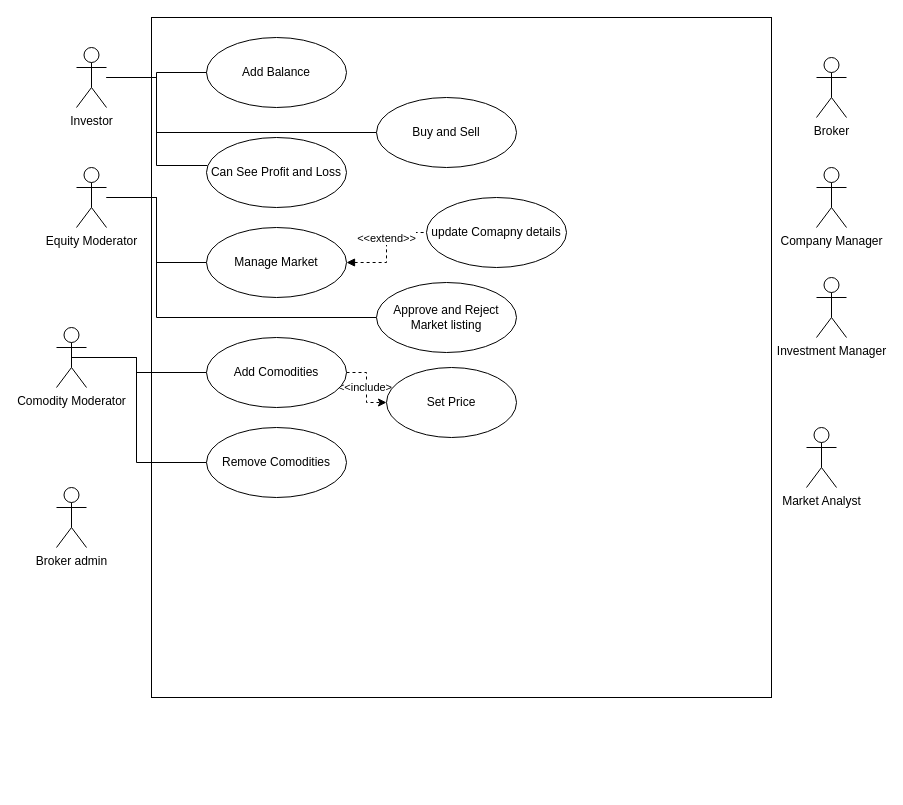
Before: UseCase diagram.drawio in Shaiz-Akhtar/INFO5100_FinalProject, a draw.io diagram. Source tidied: cells renumbered, new cells numbered last; positions are measured from the earlier drawing's top-left corner, leaving out a move shared by most shapes. Both pictures are drawn from the tidied source at 100%, with x=0, y=0 at pixel (56, 17).
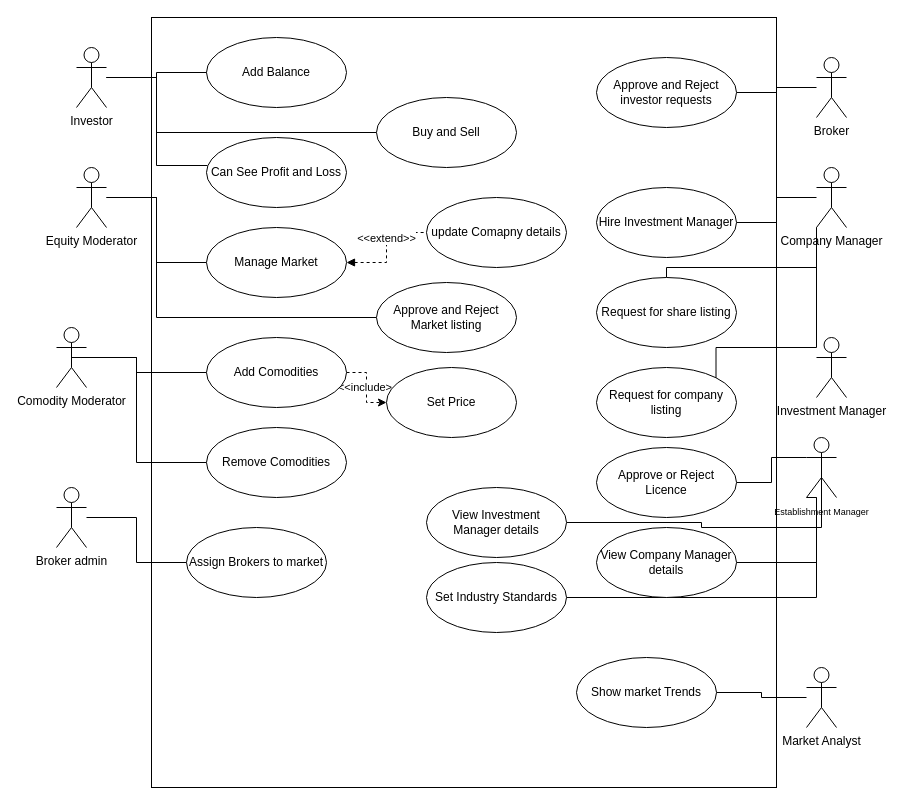
Above is the later version.

Commit message (it also covers changes not shown here):
Usecase and class Diagram

Unchanged cells that the change refers to:
```xml
<mxCell id="13" value="Broker admin" style="shape=umlActor;verticalLabelPosition=bottom;verticalAlign=top;html=1;outlineConnect=0;" parent="1" vertex="1">
  <mxGeometry y="470" width="30" height="60" as="geometry" />
</mxCell>
<mxCell id="14" value="Broker" style="shape=umlActor;verticalLabelPosition=bottom;verticalAlign=top;html=1;outlineConnect=0;" parent="1" vertex="1">
  <mxGeometry x="760" y="40" width="30" height="60" as="geometry" />
</mxCell>
<mxCell id="15" value="Company Manager" style="shape=umlActor;verticalLabelPosition=bottom;verticalAlign=top;html=1;outlineConnect=0;" parent="1" vertex="1">
  <mxGeometry x="760" y="150" width="30" height="60" as="geometry" />
</mxCell>
```

What changed in the source:
```diff
@@
     <mxCell id="2" style="rounded=0;whiteSpace=wrap;html=1;" parent="1" vertex="1">
-      <mxGeometry x="95" width="620" height="680" as="geometry" />
+      <mxGeometry x="95" width="625" height="770" as="geometry" />
     </mxCell>
@@
+    <mxCell id="30" style="edgeStyle=orthogonalEdgeStyle;rounded=0;jettySize=auto;html=1;startArrow=none;startFill=0;endArrow=none;endFill=0;" parent="1" edge="1" source="13" target="39">
+      <mxGeometry relative="1" as="geometry" />
+    </mxCell>
@@
+    <mxCell id="31" style="edgeStyle=orthogonalEdgeStyle;rounded=0;jettySize=auto;html=1;startArrow=none;startFill=0;endArrow=none;endFill=0;" parent="1" edge="1" source="14" target="40">
+      <mxGeometry relative="1" as="geometry" />
+    </mxCell>
@@
+    <mxCell id="32" style="edgeStyle=orthogonalEdgeStyle;rounded=0;jettySize=auto;html=1;startArrow=none;startFill=0;endArrow=none;endFill=0;" parent="1" edge="1" source="15" target="41">
+      <mxGeometry relative="1" as="geometry" />
+    </mxCell>
+    <mxCell id="33" style="edgeStyle=orthogonalEdgeStyle;rounded=0;jettySize=auto;html=1;exitX=0;exitY=1;exitDx=0;exitDy=0;exitPerimeter=0;startArrow=none;startFill=0;endArrow=none;endFill=0;" parent="1" edge="1" source="15" target="42">
+      <mxGeometry relative="1" as="geometry">
+        <Array as="points">
+          <mxPoint x="760" y="250" />
+        </Array>
+      </mxGeometry>
+    </mxCell>
+    <mxCell id="34" style="edgeStyle=orthogonalEdgeStyle;rounded=0;jettySize=auto;html=1;exitX=0;exitY=1;exitDx=0;exitDy=0;exitPerimeter=0;entryX=1;entryY=0;entryDx=0;entryDy=0;startArrow=none;startFill=0;endArrow=none;endFill=0;" parent="1" edge="1" source="15" target="43">
+      <mxGeometry relative="1" as="geometry">
+        <Array as="points">
+          <mxPoint x="760" y="330" />
+          <mxPoint x="660" y="330" />
+        </Array>
+      </mxGeometry>
+    </mxCell>
@@
     <mxCell id="16" value="Investment Manager" style="shape=umlActor;verticalLabelPosition=bottom;verticalAlign=top;html=1;" parent="1" vertex="1">
-      <mxGeometry x="760" y="260" width="30" height="60" as="geometry" />
+      <mxGeometry x="760" y="320" width="30" height="60" as="geometry" />
     </mxCell>
+    <mxCell id="35" style="edgeStyle=orthogonalEdgeStyle;rounded=0;jettySize=auto;html=1;exitX=0;exitY=0.3333333333333333;exitDx=0;exitDy=0;exitPerimeter=0;entryX=1;entryY=0.5;entryDx=0;entryDy=0;fontSize=9;startArrow=none;startFill=0;endArrow=none;endFill=0;" parent="1" edge="1" source="17" target="46">
+      <mxGeometry relative="1" as="geometry" />
+    </mxCell>
+    <mxCell id="36" style="edgeStyle=orthogonalEdgeStyle;rounded=0;jettySize=auto;html=1;exitX=0.5;exitY=0.5;exitDx=0;exitDy=0;exitPerimeter=0;entryX=1;entryY=0.5;entryDx=0;entryDy=0;fontSize=9;startArrow=none;startFill=0;endArrow=none;endFill=0;" parent="1" edge="1" source="17" target="48">
+      <mxGeometry relative="1" as="geometry">
+        <Array as="points">
+          <mxPoint x="765" y="510" />
+          <mxPoint x="645" y="510" />
+          <mxPoint x="645" y="505" />
+        </Array>
+      </mxGeometry>
+    </mxCell>
+    <mxCell id="37" style="edgeStyle=orthogonalEdgeStyle;rounded=0;jettySize=auto;html=1;exitX=0;exitY=1;exitDx=0;exitDy=0;exitPerimeter=0;entryX=1;entryY=0.5;entryDx=0;entryDy=0;fontSize=9;startArrow=none;startFill=0;endArrow=none;endFill=0;" parent="1" edge="1" source="17" target="47">
+      <mxGeometry relative="1" as="geometry">
+        <Array as="points">
+          <mxPoint x="760" y="480" />
+          <mxPoint x="760" y="545" />
+        </Array>
+      </mxGeometry>
+    </mxCell>
+    <mxCell id="38" style="edgeStyle=orthogonalEdgeStyle;rounded=0;jettySize=auto;html=1;entryX=1;entryY=0.5;entryDx=0;entryDy=0;fontSize=9;startArrow=none;startFill=0;endArrow=none;endFill=0;" parent="1" edge="1" source="17" target="49">
+      <mxGeometry relative="1" as="geometry">
+        <Array as="points">
+          <mxPoint x="760" y="580" />
+        </Array>
+      </mxGeometry>
+    </mxCell>
-    <mxCell id="17" value="Market Analyst" style="shape=umlActor;verticalLabelPosition=bottom;verticalAlign=top;html=1;outlineConnect=0;" parent="1" vertex="1">
-      <mxGeometry x="750" y="410" width="30" height="60" as="geometry" />
+    <mxCell id="17" value="&lt;font style=&quot;font-size: 9px;&quot;&gt;Establishment Manager&lt;/font&gt;" style="shape=umlActor;verticalLabelPosition=bottom;verticalAlign=top;html=1;outlineConnect=0;" parent="1" vertex="1">
+      <mxGeometry x="750" y="420" width="30" height="60" as="geometry" />
     </mxCell>
@@
+    <mxCell id="39" value="Assign Brokers to market" style="ellipse;whiteSpace=wrap;html=1;" parent="1" vertex="1">
+      <mxGeometry x="130" y="510" width="140" height="70" as="geometry" />
+    </mxCell>
+    <mxCell id="40" value="Approve and Reject investor requests" style="ellipse;whiteSpace=wrap;html=1;" parent="1" vertex="1">
+      <mxGeometry x="540" y="40" width="140" height="70" as="geometry" />
+    </mxCell>
+    <mxCell id="41" value="Hire Investment Manager" style="ellipse;whiteSpace=wrap;html=1;" parent="1" vertex="1">
+      <mxGeometry x="540" y="170" width="140" height="70" as="geometry" />
+    </mxCell>
+    <mxCell id="42" value="Request for share listing" style="ellipse;whiteSpace=wrap;html=1;" parent="1" vertex="1">
+      <mxGeometry x="540" y="260" width="140" height="70" as="geometry" />
+    </mxCell>
+    <mxCell id="43" value="Request for company listing" style="ellipse;whiteSpace=wrap;html=1;" parent="1" vertex="1">
+      <mxGeometry x="540" y="350" width="140" height="70" as="geometry" />
+    </mxCell>
+    <mxCell id="44" style="edgeStyle=orthogonalEdgeStyle;rounded=0;jettySize=auto;html=1;fontSize=9;startArrow=none;startFill=0;endArrow=none;endFill=0;" parent="1" edge="1" source="45" target="50">
+      <mxGeometry relative="1" as="geometry" />
+    </mxCell>
+    <mxCell id="45" value="Market Analyst" style="shape=umlActor;verticalLabelPosition=bottom;verticalAlign=top;html=1;outlineConnect=0;" parent="1" vertex="1">
+      <mxGeometry x="750" y="650" width="30" height="60" as="geometry" />
+    </mxCell>
+    <mxCell id="46" value="Approve or Reject Licence" style="ellipse;whiteSpace=wrap;html=1;" parent="1" vertex="1">
+      <mxGeometry x="540" y="430" width="140" height="70" as="geometry" />
+    </mxCell>
+    <mxCell id="47" value="View Company Manager details" style="ellipse;whiteSpace=wrap;html=1;" parent="1" vertex="1">
+      <mxGeometry x="540" y="510" width="140" height="70" as="geometry" />
+    </mxCell>
+    <mxCell id="48" value="View Investment Manager details" style="ellipse;whiteSpace=wrap;html=1;" parent="1" vertex="1">
+      <mxGeometry x="370" y="470" width="140" height="70" as="geometry" />
+    </mxCell>
+    <mxCell id="49" value="Set Industry Standards" style="ellipse;whiteSpace=wrap;html=1;" parent="1" vertex="1">
+      <mxGeometry x="370" y="545" width="140" height="70" as="geometry" />
+    </mxCell>
+    <mxCell id="50" value="Show market Trends" style="ellipse;whiteSpace=wrap;html=1;" parent="1" vertex="1">
+      <mxGeometry x="520" y="640" width="140" height="70" as="geometry" />
+    </mxCell>
```
